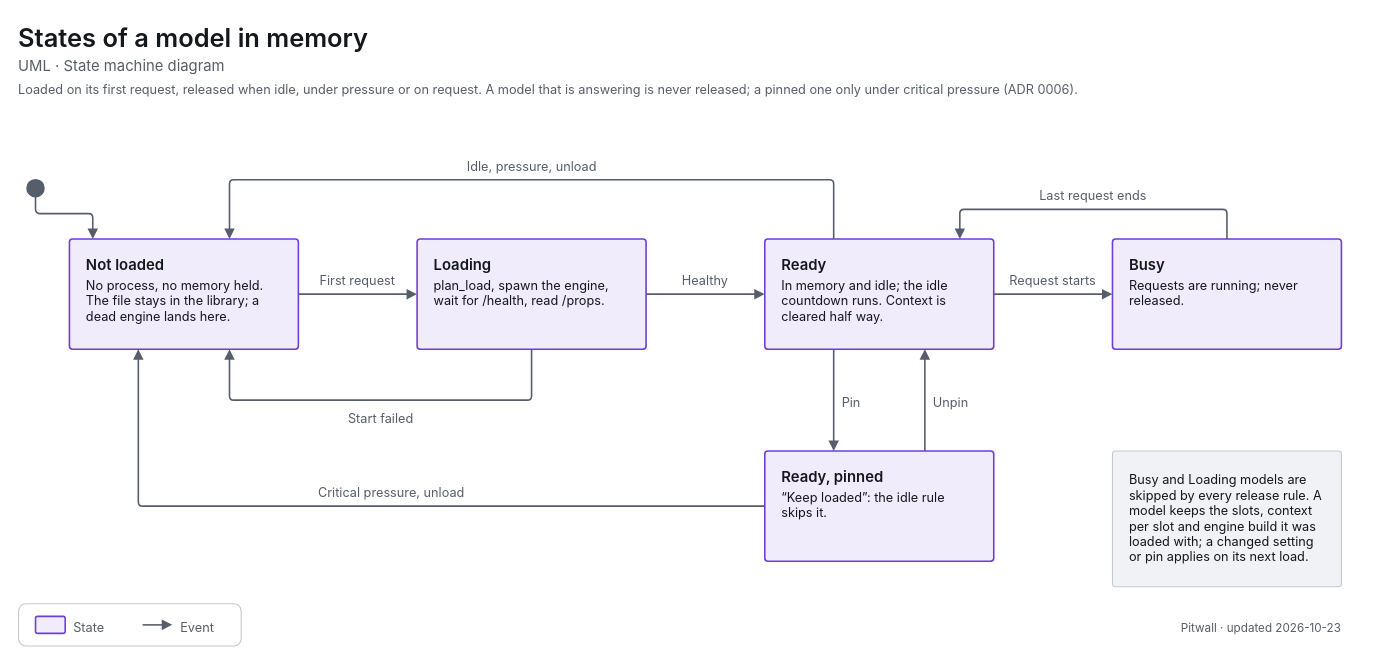
Earlier version of the draw.io diagram apps/pitwall/docs/diagrams/uml-state-hot-model.drawio (decryp7/paddock). Source tidied: cells renumbered, new cells numbered last; positions are measured from the earlier drawing's top-left corner, leaving out a move shared by most shapes. Both pictures are drawn from the tidied source at 106%, with x=0, y=0 at pixel (18, 18).
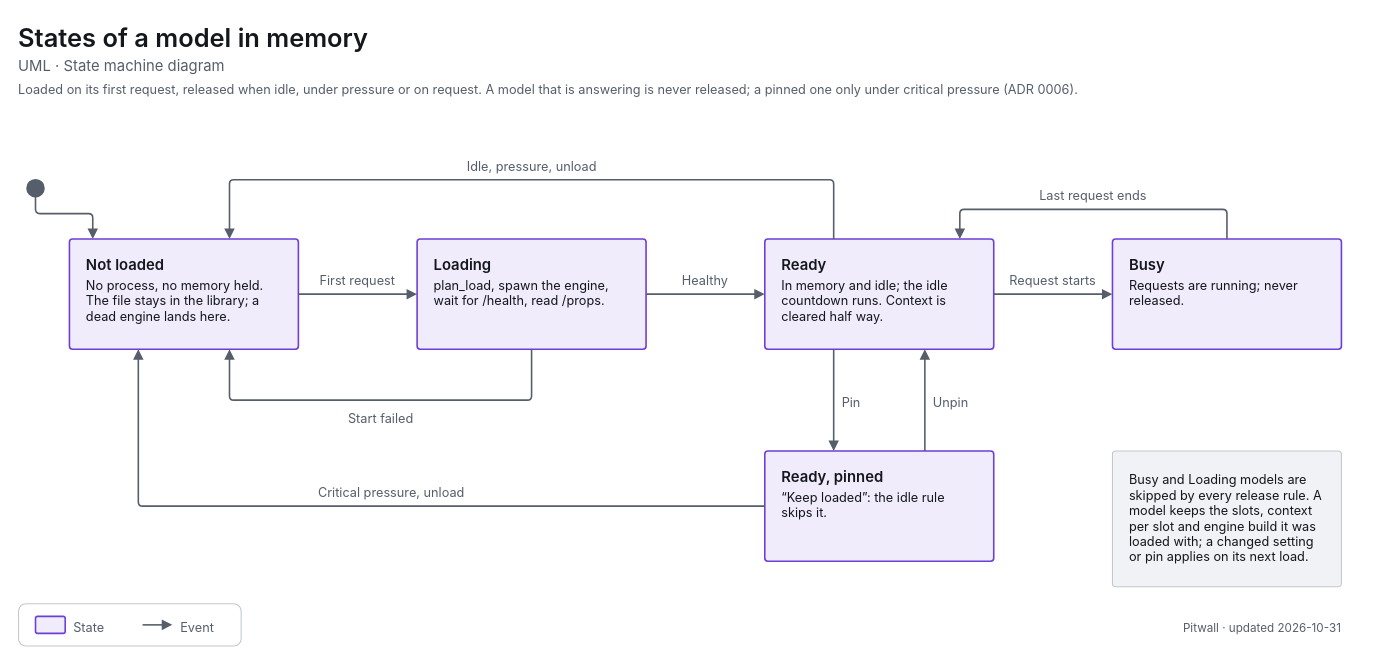
The same diagram, later.

Change to the diagram source:
```diff
@@
-    <mxCell id="36" value="&lt;span style=&quot;font-size:11px;font-weight:400&quot;&gt;Pitwall · updated 2026-10-23&lt;/span&gt;" style="html=1;whiteSpace=wrap;fontFamily=-apple-system,BlinkMacSystemFont,Segoe UI,system-ui,sans-serif;fontSize=12;fontColor=light-dark(#14171C,#ECEEF1);text;strokeColor=none;fillColor=none;align=right;verticalAlign=top;spacing=0;fontColor=light-dark(#565E6B,#A0A7B2);" parent="1" vertex="1">
+    <mxCell id="36" value="&lt;span style=&quot;font-size:11px;font-weight:400&quot;&gt;Pitwall · updated 2026-10-31&lt;/span&gt;" style="html=1;whiteSpace=wrap;fontFamily=-apple-system,BlinkMacSystemFont,Segoe UI,system-ui,sans-serif;fontSize=12;fontColor=light-dark(#14171C,#ECEEF1);text;strokeColor=none;fillColor=none;align=right;verticalAlign=top;spacing=0;fontColor=light-dark(#565E6B,#A0A7B2);" parent="1" vertex="1">
       <mxGeometry x="888" y="563" width="360" height="18" as="geometry" />
     </mxCell>
```
